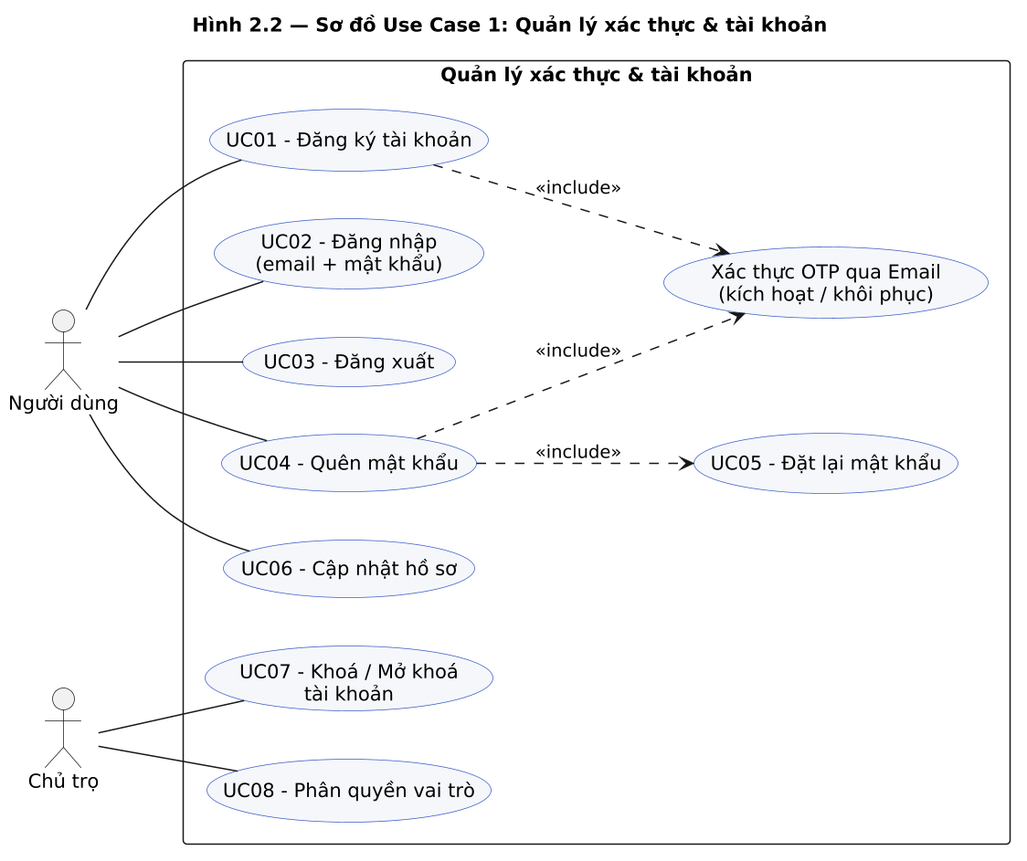
DiepTuHuy/Hostel_Management keeps this PlantUML diagram as docs/diagrams/png/2.02_uc_auth.png. Above is the earlier version.
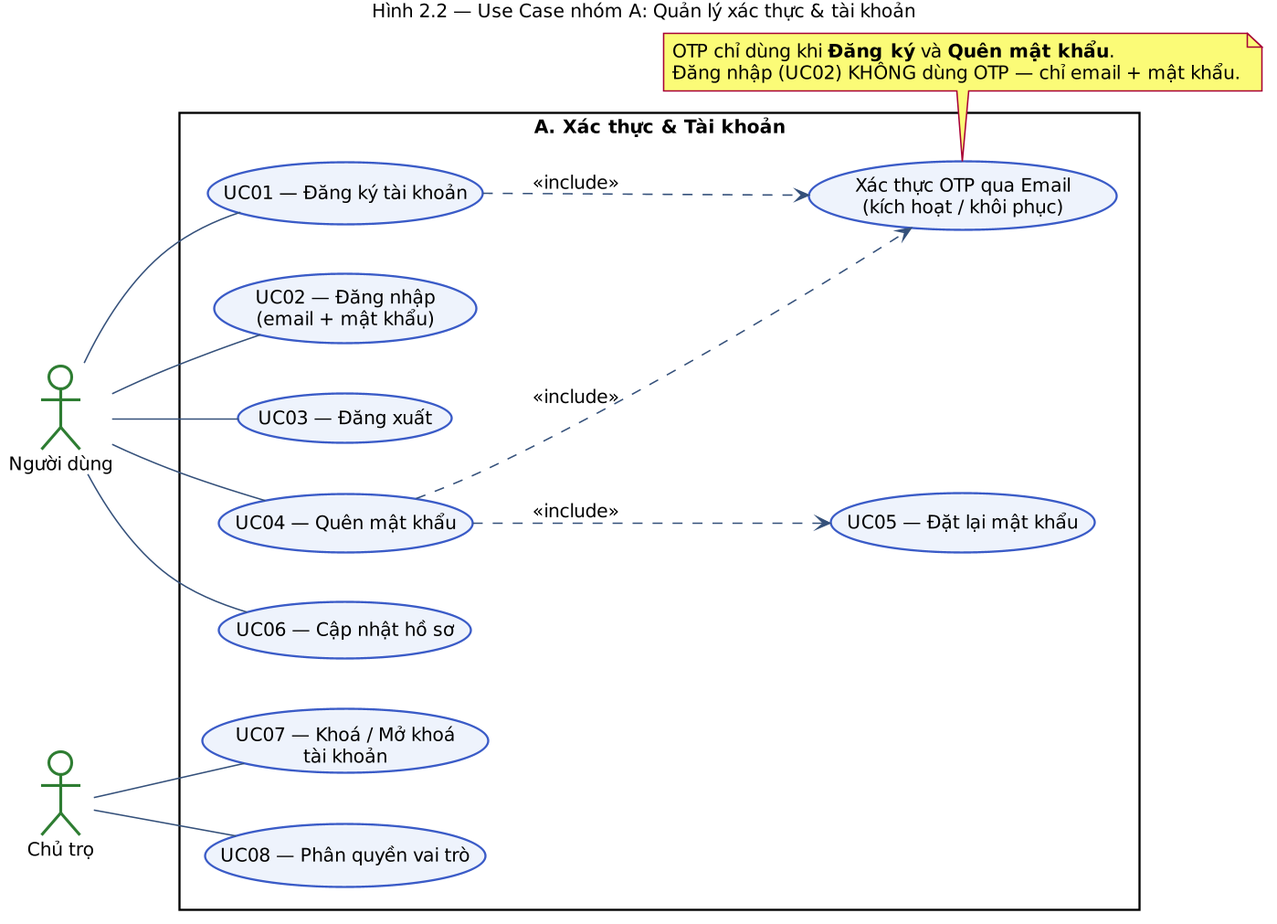
After the change.

The edit, as a diff of the source:
```diff
@@ -1,28 +1,35 @@
-@startuml
-scale 1.5
-title Hình 2.2 — Sơ đồ Use Case 1: Quản lý xác thực & tài khoản
+@startuml UC_Auth
+title Hình 2.2 — Use Case nhóm A: Quản lý xác thực & tài khoản
 
-left to right direction
+skinparam dpi 150
+skinparam shadowing false
+skinparam defaultFontName "Segoe UI"
+skinparam defaultFontSize 13
 skinparam packageStyle rectangle
-skinparam shadowing false
+skinparam ArrowColor #34507A
 skinparam usecase {
-  BackgroundColor #F5F7FB
+  BackgroundColor #EEF3FC
   BorderColor #3A5BC7
 }
+skinparam actor {
+  BackgroundColor #FFFFFF
+  BorderColor #2E7D32
+}
+left to right direction
 
 actor "Người dùng" as User
 actor "Chủ trọ"    as Owner
 
-rectangle "Quản lý xác thực & tài khoản" {
-  usecase "UC01 - Đăng ký tài khoản"             as U1
-  usecase "UC02 - Đăng nhập\n(email + mật khẩu)" as U2
-  usecase "UC03 - Đăng xuất"                     as U3
-  usecase "UC04 - Quên mật khẩu"                 as U4
-  usecase "UC05 - Đặt lại mật khẩu"              as U5
-  usecase "UC06 - Cập nhật hồ sơ"                as U6
-  usecase "Xác thực OTP qua Email\n(kích hoạt / khôi phục)" as U7
-  usecase "UC07 - Khoá / Mở khoá\ntài khoản"     as U8
-  usecase "UC08 - Phân quyền vai trò"            as U9
+rectangle "A. Xác thực & Tài khoản" {
+  usecase "UC01 — Đăng ký tài khoản"            as U1
+  usecase "UC02 — Đăng nhập\n(email + mật khẩu)" as U2
+  usecase "UC03 — Đăng xuất"                     as U3
+  usecase "UC04 — Quên mật khẩu"                 as U4
+  usecase "UC05 — Đặt lại mật khẩu"              as U5
+  usecase "UC06 — Cập nhật hồ sơ"                as U6
+  usecase "UC07 — Khoá / Mở khoá\ntài khoản"     as U7
+  usecase "UC08 — Phân quyền vai trò"            as U8
+  usecase "Xác thực OTP qua Email\n(kích hoạt / khôi phục)" as OTP
 }
 
 User -- U1
@@ -30,10 +37,16 @@
 User -- U3
 User -- U4
 User -- U6
+Owner -- U7
 Owner -- U8
-Owner -- U9
 
-U1 ..> U7 : <<include>>
-U4 ..> U7 : <<include>>
-U4 ..> U5 : <<include>>
+note bottom of OTP
+  OTP chỉ dùng khi **Đăng ký** và **Quên mật khẩu**.
+  Đăng nhập (UC02) KHÔNG dùng OTP — chỉ email + mật khẩu.
+end note
+
+U1 ..> OTP : <<include>>
+U4 ..> OTP : <<include>>
+U4 ..> U5  : <<include>>
+
 @enduml
```
